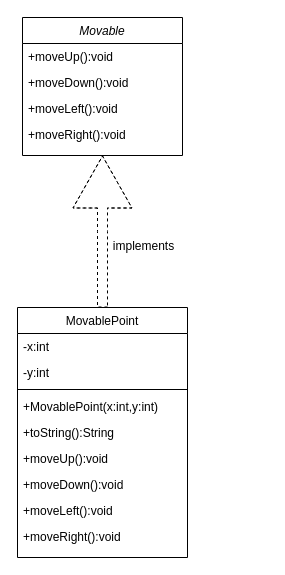
The draw.io diagram POJ/Untitled Diagram.drawio in s26766-pj/portfolio, before the edit. Source tidied: cells renumbered, new cells numbered last; positions are measured from the earlier drawing's top-left corner, leaving out a move shared by most shapes. Both pictures are drawn from the tidied source at 100%, with x=0, y=0 at pixel (17, 17).
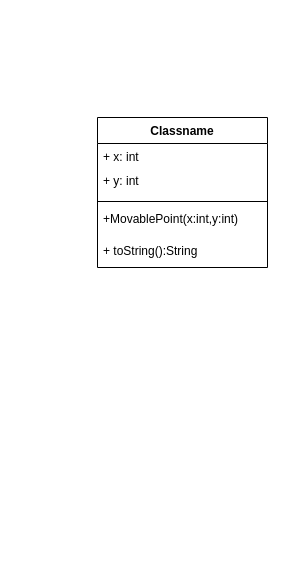
The same page after the edit.

The edit, as a diff of the source:
```diff
@@
-    <mxCell id="2" value="Movable" style="swimlane;fontStyle=2;align=center;verticalAlign=top;horizontal=1;startSize=26;rounded=0;shadow=0;strokeWidth=1;" parent="1" vertex="1">
-      <mxGeometry x="5" width="160" height="138" as="geometry" />
-    </mxCell>
-    <mxCell id="3" value="+moveUp():void" style="text;align=left;verticalAlign=top;spacingLeft=4;spacingRight=4;overflow=hidden;" parent="2" vertex="1">
-      <mxGeometry y="26" width="160" height="26" as="geometry" />
-    </mxCell>
-    <mxCell id="4" value="+moveDown():void" style="text;align=left;verticalAlign=top;spacingLeft=4;spacingRight=4;overflow=hidden;" parent="2" vertex="1">
-      <mxGeometry y="52" width="160" height="26" as="geometry" />
-    </mxCell>
-    <mxCell id="5" value="+moveLeft():void" style="text;align=left;verticalAlign=top;spacingLeft=4;spacingRight=4;overflow=hidden;" parent="2" vertex="1">
-      <mxGeometry y="78" width="160" height="26" as="geometry" />
-    </mxCell>
-    <mxCell id="6" value="+moveRight():void" style="text;align=left;verticalAlign=top;spacingLeft=4;spacingRight=4;overflow=hidden;" parent="2" vertex="1">
-      <mxGeometry y="104" width="160" height="26" as="geometry" />
-    </mxCell>
-    <mxCell id="7" value="MovablePoint" style="swimlane;fontStyle=0;align=center;verticalAlign=top;horizontal=1;startSize=26;rounded=0;shadow=0;strokeWidth=1;" parent="1" vertex="1">
-      <mxGeometry y="290" width="170" height="250" as="geometry" />
-    </mxCell>
-    <mxCell id="8" value="-x:int" style="text;align=left;verticalAlign=top;spacingLeft=4;spacingRight=4;overflow=hidden;" parent="7" vertex="1">
-      <mxGeometry y="26" width="170" height="26" as="geometry" />
-    </mxCell>
-    <mxCell id="9" value="-y:int" style="text;align=left;verticalAlign=top;spacingLeft=4;spacingRight=4;overflow=hidden;rounded=0;shadow=0;html=0;" parent="7" vertex="1">
-      <mxGeometry y="52" width="170" height="26" as="geometry" />
-    </mxCell>
-    <mxCell id="10" style="line;html=1;strokeWidth=1;align=left;verticalAlign=middle;spacingTop=-1;spacingLeft=3;spacingRight=3;labelPosition=right;" parent="7" vertex="1">
-      <mxGeometry y="78" width="170" height="8" as="geometry" />
-    </mxCell>
+    <mxCell id="19" value="Classname" style="swimlane;fontStyle=1;align=center;verticalAlign=top;horizontal=1;startSize=26;whiteSpace=wrap;html=1;" parent="1" vertex="1">
+      <mxGeometry x="80" y="100" width="170" height="150" as="geometry" />
+    </mxCell>
+    <mxCell id="20" value="+ x: int" style="text;strokeColor=none;fillColor=none;align=left;verticalAlign=top;spacingLeft=4;spacingRight=4;overflow=hidden;whiteSpace=wrap;html=1;" parent="19" vertex="1">
+      <mxGeometry y="26" width="170" height="24" as="geometry" />
+    </mxCell>
+    <mxCell id="21" value="+ y: int" style="text;strokeColor=none;fillColor=none;align=left;verticalAlign=top;spacingLeft=4;spacingRight=4;overflow=hidden;whiteSpace=wrap;html=1;" parent="19" vertex="1">
+      <mxGeometry y="50" width="170" height="30" as="geometry" />
+    </mxCell>
+    <mxCell id="22" style="line;strokeWidth=1;fillColor=none;align=left;verticalAlign=middle;spacingTop=-1;spacingLeft=3;spacingRight=3;labelPosition=right;strokeColor=inherit;" parent="19" vertex="1">
+      <mxGeometry y="80" width="170" height="8" as="geometry" />
+    </mxCell>
-    <mxCell id="11" value="+MovablePoint(x:int,y:int)" style="text;align=left;verticalAlign=top;spacingLeft=4;spacingRight=4;overflow=hidden;" parent="7" vertex="1">
-      <mxGeometry y="86" width="170" height="26" as="geometry" />
+    <mxCell id="11" value="+MovablePoint(x:int,y:int)" style="text;strokeColor=none;fillColor=none;align=left;verticalAlign=top;spacingLeft=4;spacingRight=4;overflow=hidden;whiteSpace=wrap;html=1;" parent="19" vertex="1">
+      <mxGeometry y="88" width="170" height="32" as="geometry" />
     </mxCell>
-    <mxCell id="12" value="+toString():String" style="text;align=left;verticalAlign=top;spacingLeft=4;spacingRight=4;overflow=hidden;" parent="7" vertex="1">
-      <mxGeometry y="112" width="170" height="26" as="geometry" />
-    </mxCell>
-    <mxCell id="13" value="+moveUp():void" style="text;align=left;verticalAlign=top;spacingLeft=4;spacingRight=4;overflow=hidden;" parent="7" vertex="1">
-      <mxGeometry y="138" width="170" height="26" as="geometry" />
-    </mxCell>
-    <mxCell id="14" value="+moveDown():void" style="text;align=left;verticalAlign=top;spacingLeft=4;spacingRight=4;overflow=hidden;" parent="7" vertex="1">
-      <mxGeometry y="164" width="170" height="26" as="geometry" />
-    </mxCell>
-    <mxCell id="15" value="+moveLeft():void" style="text;align=left;verticalAlign=top;spacingLeft=4;spacingRight=4;overflow=hidden;" parent="7" vertex="1">
-      <mxGeometry y="190" width="170" height="26" as="geometry" />
-    </mxCell>
-    <mxCell id="16" value="+moveRight():void" style="text;align=left;verticalAlign=top;spacingLeft=4;spacingRight=4;overflow=hidden;" parent="7" vertex="1">
-      <mxGeometry y="216" width="170" height="26" as="geometry" />
-    </mxCell>
-    <mxCell id="17" style="endArrow=open;shadow=0;strokeWidth=1;rounded=0;endFill=1;edgeStyle=elbowEdgeStyle;elbow=vertical;dashed=1;shape=flexArrow;endWidth=48;endSize=17;exitX=0.5;exitY=0;exitDx=0;exitDy=0;" parent="1" edge="1" source="7" target="2">
-      <mxGeometry x="0.5" y="41" relative="1" as="geometry">
-        <mxPoint x="-40" y="32" as="offset" />
-      </mxGeometry>
-    </mxCell>
-    <mxCell id="18" value="implements&lt;br&gt;" style="text;html=1;align=center;verticalAlign=middle;labelBackgroundColor=none;rounded=0;shadow=0;strokeWidth=1;fontSize=12;" parent="17" vertex="1">
-      <mxGeometry x="0.5" y="49" relative="1" as="geometry">
-        <mxPoint x="89" y="52" as="offset" />
-      </mxGeometry>
-    </mxCell>
+    <mxCell id="23" value="+ toString():String" style="text;strokeColor=none;fillColor=none;align=left;verticalAlign=top;spacingLeft=4;spacingRight=4;overflow=hidden;whiteSpace=wrap;html=1;" parent="19" vertex="1">
+      <mxGeometry y="120" width="170" height="30" as="geometry" />
+    </mxCell>
```
